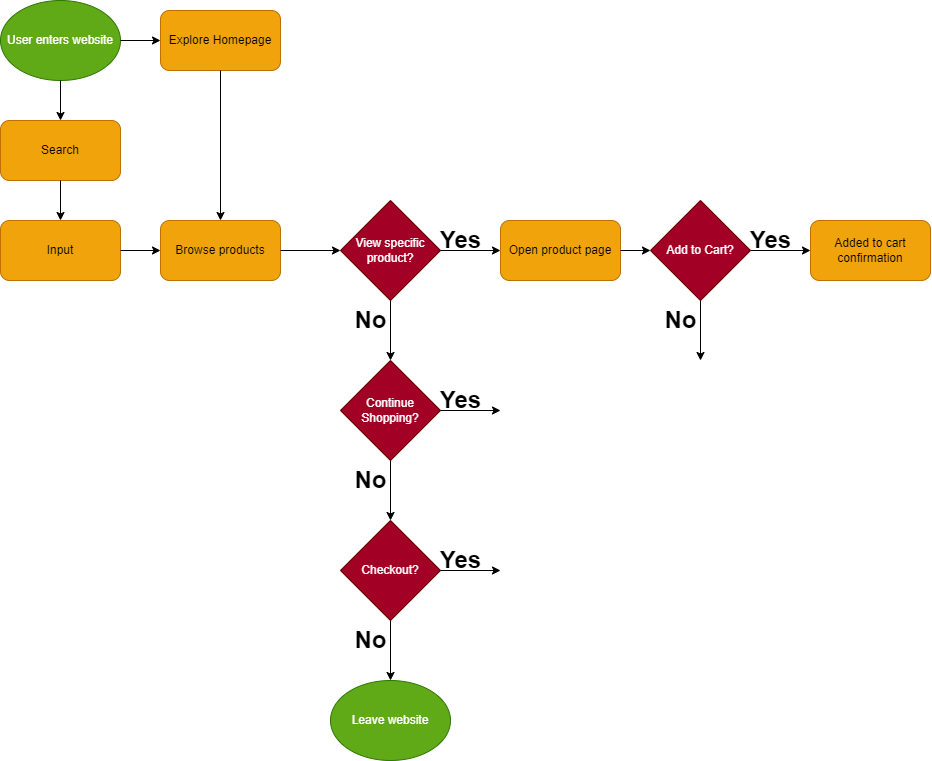
This is explore/diagramming/diagram.drawio.png from 7Bean/fa22-cse110-lab4, a draw.io export, as it was before one commit. Source tidied: cells renumbered, new cells last; positions are measured from the earlier drawing's top-left corner, leaving out a move shared by most shapes.
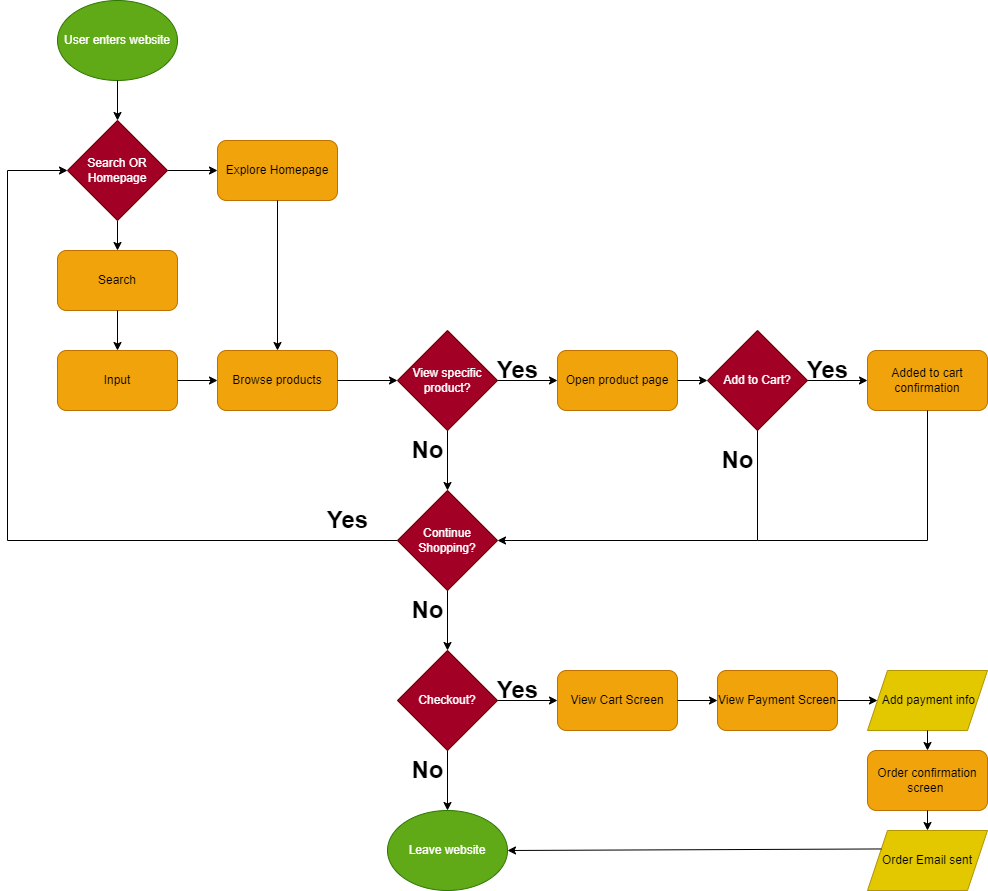
Later version of the same file.

Commit message:
finished flowchart for retail web shop

The edit, as a diff of the source:
```diff
@@ -3,14 +3,14 @@
     <mxCell id="0" />
     <mxCell id="1" parent="0" />
     <mxCell id="2" value="User enters website" style="ellipse;whiteSpace=wrap;html=1;fillColor=#60a917;fontColor=#ffffff;strokeColor=#2D7600;" parent="1" vertex="1">
-      <mxGeometry width="120" height="80" as="geometry" />
+      <mxGeometry y="-130" width="120" height="80" as="geometry" />
     </mxCell>
-    <mxCell id="3" style="endArrow=classic;html=1;exitX=1;exitY=0.5;exitDx=0;exitDy=0;" parent="1" edge="1" source="2">
+    <mxCell id="3" style="endArrow=classic;html=1;exitX=1;exitY=0.5;exitDx=0;exitDy=0;" parent="1" edge="1" source="48">
       <mxGeometry relative="1" as="geometry">
         <mxPoint x="160" y="40" as="targetPoint" />
       </mxGeometry>
     </mxCell>
-    <mxCell id="4" style="endArrow=classic;html=1;exitX=0.5;exitY=1;exitDx=0;exitDy=0;" parent="1" edge="1" source="2">
+    <mxCell id="4" style="endArrow=classic;html=1;exitX=0.5;exitY=1;exitDx=0;exitDy=0;" parent="1" edge="1" source="48">
       <mxGeometry relative="1" as="geometry">
         <mxPoint x="60" y="120" as="targetPoint" />
       </mxGeometry>
@@ -70,13 +70,8 @@
         <mxPoint x="390" y="520" as="targetPoint" />
       </mxGeometry>
     </mxCell>
-    <mxCell id="20" style="endArrow=classic;html=1;exitX=1;exitY=0.5;exitDx=0;exitDy=0;" parent="1" edge="1" source="18">
-      <mxGeometry relative="1" as="geometry">
-        <mxPoint x="500" y="410" as="targetPoint" />
-      </mxGeometry>
-    </mxCell>
     <mxCell id="21" value="Yes" style="text;strokeColor=none;fillColor=none;html=1;fontSize=24;fontStyle=1;verticalAlign=middle;align=center;" parent="1" vertex="1">
-      <mxGeometry x="410" y="380" width="100" height="40" as="geometry" />
+      <mxGeometry x="240" y="370" width="100" height="40" as="geometry" />
     </mxCell>
     <mxCell id="22" value="No" style="text;strokeColor=none;fillColor=none;html=1;fontSize=24;fontStyle=1;verticalAlign=middle;align=center;" parent="1" vertex="1">
       <mxGeometry x="320" y="460" width="100" height="40" as="geometry" />
@@ -109,9 +104,9 @@
     <mxCell id="30" value="Add to Cart?" style="rhombus;whiteSpace=wrap;html=1;fillColor=#a20025;fontColor=#ffffff;strokeColor=#6F0000;" parent="1" vertex="1">
       <mxGeometry x="650" y="200" width="100" height="100" as="geometry" />
     </mxCell>
-    <mxCell id="31" style="endArrow=classic;html=1;exitX=0.5;exitY=1;exitDx=0;exitDy=0;" parent="1" edge="1" source="30">
+    <mxCell id="31" style="endArrow=classic;html=1;entryX=1;entryY=0.5;entryDx=0;entryDy=0;" parent="1" edge="1" target="18">
       <mxGeometry relative="1" as="geometry">
-        <mxPoint x="700" y="360" as="targetPoint" />
+        <mxPoint x="700" y="410" as="sourcePoint" />
       </mxGeometry>
     </mxCell>
     <mxCell id="32" style="endArrow=classic;html=1;exitX=1;exitY=0.5;exitDx=0;exitDy=0;" parent="1" edge="1" source="30">
@@ -123,7 +118,7 @@
       <mxGeometry x="720" y="220" width="100" height="40" as="geometry" />
     </mxCell>
     <mxCell id="34" value="No" style="text;strokeColor=none;fillColor=none;html=1;fontSize=24;fontStyle=1;verticalAlign=middle;align=center;" parent="1" vertex="1">
-      <mxGeometry x="630" y="300" width="100" height="40" as="geometry" />
+      <mxGeometry x="630" y="310" width="100" height="40" as="geometry" />
     </mxCell>
     <mxCell id="35" style="endArrow=classic;html=1;entryX=0;entryY=0.5;entryDx=0;entryDy=0;exitX=1;exitY=0.5;exitDx=0;exitDy=0;" parent="1" edge="1" source="29" target="30">
       <mxGeometry relative="1" as="geometry" />
@@ -131,5 +126,73 @@
     <mxCell id="36" value="Added to cart confirmation" style="rounded=1;whiteSpace=wrap;html=1;fillColor=#f0a30a;fontColor=#000000;strokeColor=#BD7000;" parent="1" vertex="1">
       <mxGeometry x="810" y="220" width="120" height="60" as="geometry" />
     </mxCell>
+    <mxCell id="37" style="endArrow=none;html=1;entryX=0.5;entryY=1;entryDx=0;entryDy=0;" parent="1" edge="1" target="30">
+      <mxGeometry relative="1" as="geometry">
+        <mxPoint x="700" y="410" as="sourcePoint" />
+      </mxGeometry>
+    </mxCell>
+    <mxCell id="38" style="endArrow=none;html=1;entryX=0.5;entryY=1;entryDx=0;entryDy=0;" parent="1" edge="1" target="36">
+      <mxGeometry relative="1" as="geometry">
+        <mxPoint x="870" y="410" as="sourcePoint" />
+      </mxGeometry>
+    </mxCell>
+    <mxCell id="39" style="endArrow=none;html=1;" parent="1" edge="1">
+      <mxGeometry relative="1" as="geometry">
+        <mxPoint x="870" y="410" as="sourcePoint" />
+        <mxPoint x="700" y="410" as="targetPoint" />
+      </mxGeometry>
+    </mxCell>
+    <mxCell id="40" value="View Cart Screen" style="rounded=1;whiteSpace=wrap;html=1;fillColor=#f0a30a;fontColor=#000000;strokeColor=#BD7000;" parent="1" vertex="1">
+      <mxGeometry x="500" y="540" width="120" height="60" as="geometry" />
+    </mxCell>
+    <mxCell id="41" value="View Payment Screen" style="rounded=1;whiteSpace=wrap;html=1;fillColor=#f0a30a;fontColor=#000000;strokeColor=#BD7000;" parent="1" vertex="1">
+      <mxGeometry x="660" y="540" width="120" height="60" as="geometry" />
+    </mxCell>
+    <mxCell id="42" value="&amp;nbsp;Add payment info" style="shape=parallelogram;perimeter=parallelogramPerimeter;whiteSpace=wrap;html=1;fixedSize=1;fillColor=#e3c800;fontColor=#000000;strokeColor=#B09500;" parent="1" vertex="1">
+      <mxGeometry x="810" y="540" width="120" height="60" as="geometry" />
+    </mxCell>
+    <mxCell id="43" value="Order confirmation screen&amp;nbsp;" style="rounded=1;whiteSpace=wrap;html=1;fillColor=#f0a30a;fontColor=#000000;strokeColor=#BD7000;" parent="1" vertex="1">
+      <mxGeometry x="810" y="620" width="120" height="60" as="geometry" />
+    </mxCell>
+    <mxCell id="44" value="Order Email sent" style="shape=parallelogram;perimeter=parallelogramPerimeter;whiteSpace=wrap;html=1;fixedSize=1;fillColor=#e3c800;fontColor=#000000;strokeColor=#B09500;" parent="1" vertex="1">
+      <mxGeometry x="810" y="700" width="120" height="60" as="geometry" />
+    </mxCell>
+    <mxCell id="45" style="endArrow=classic;html=1;entryX=0.5;entryY=0;entryDx=0;entryDy=0;exitX=0.5;exitY=1;exitDx=0;exitDy=0;" parent="1" edge="1" source="42" target="43">
+      <mxGeometry relative="1" as="geometry" />
+    </mxCell>
+    <mxCell id="46" style="endArrow=classic;html=1;entryX=0.5;entryY=0;entryDx=0;entryDy=0;exitX=0.5;exitY=1;exitDx=0;exitDy=0;" parent="1" edge="1" source="43" target="44">
+      <mxGeometry relative="1" as="geometry" />
+    </mxCell>
+    <mxCell id="47" style="endArrow=classic;html=1;entryX=1;entryY=0.5;entryDx=0;entryDy=0;exitX=0;exitY=0.25;exitDx=0;exitDy=0;" parent="1" edge="1" source="44" target="28">
+      <mxGeometry relative="1" as="geometry" />
+    </mxCell>
+    <mxCell id="48" value="Search OR Homepage" style="rhombus;whiteSpace=wrap;html=1;fillColor=#a20025;fontColor=#ffffff;strokeColor=#6F0000;" parent="1" vertex="1">
+      <mxGeometry x="10" y="-10" width="100" height="100" as="geometry" />
+    </mxCell>
+    <mxCell id="49" style="endArrow=classic;html=1;exitX=0.5;exitY=1;exitDx=0;exitDy=0;entryX=0.5;entryY=0;entryDx=0;entryDy=0;" parent="1" edge="1" source="2" target="48">
+      <mxGeometry relative="1" as="geometry" />
+    </mxCell>
+    <mxCell id="50" style="endArrow=classic;html=1;exitX=1;exitY=0.5;exitDx=0;exitDy=0;entryX=0;entryY=0.5;entryDx=0;entryDy=0;" parent="1" edge="1" source="40" target="41">
+      <mxGeometry relative="1" as="geometry" />
+    </mxCell>
+    <mxCell id="51" style="endArrow=classic;html=1;entryX=0;entryY=0.5;entryDx=0;entryDy=0;exitX=1;exitY=0.5;exitDx=0;exitDy=0;" parent="1" edge="1" source="41" target="42">
+      <mxGeometry relative="1" as="geometry" />
+    </mxCell>
+    <mxCell id="52" style="endArrow=none;html=1;exitX=0;exitY=0.5;exitDx=0;exitDy=0;" parent="1" edge="1" source="18">
+      <mxGeometry relative="1" as="geometry">
+        <mxPoint x="-50" y="410" as="targetPoint" />
+      </mxGeometry>
+    </mxCell>
+    <mxCell id="53" style="endArrow=none;html=1;" parent="1" edge="1">
+      <mxGeometry relative="1" as="geometry">
+        <mxPoint x="-50" y="410" as="sourcePoint" />
+        <mxPoint x="-50" y="40" as="targetPoint" />
+      </mxGeometry>
+    </mxCell>
+    <mxCell id="54" style="endArrow=classic;html=1;" parent="1" edge="1" target="48">
+      <mxGeometry relative="1" as="geometry">
+        <mxPoint x="-50" y="40" as="sourcePoint" />
+      </mxGeometry>
+    </mxCell>
   </root>
 </mxGraphModel>
```
